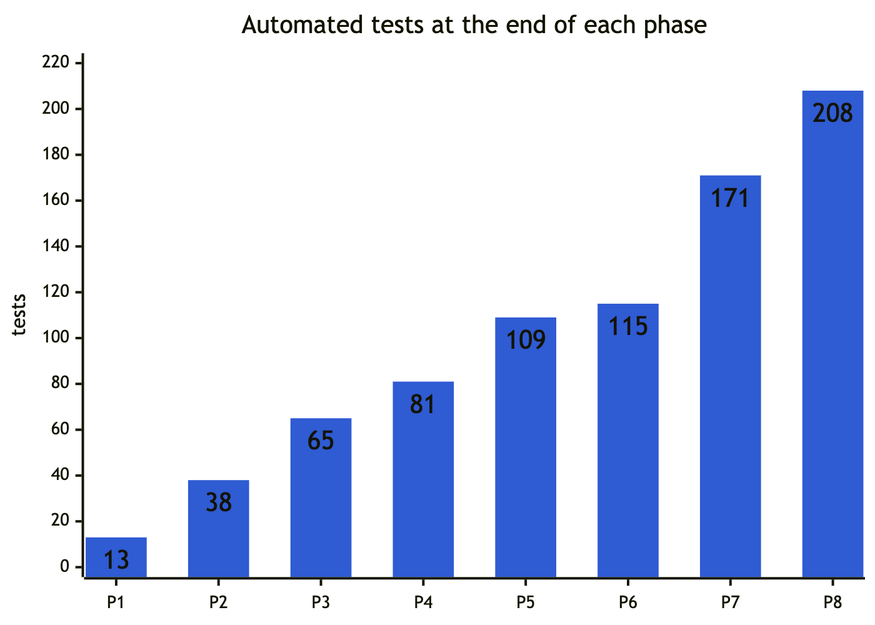
Above: docs/handbook/images/14-chart-tests-by-phase.png in abdulmdev/sentinel-incident-copilot (Mermaid), before the change. Its source is kept beside it as docs/handbook/diagrams/14-chart-tests-by-phase.mmd.
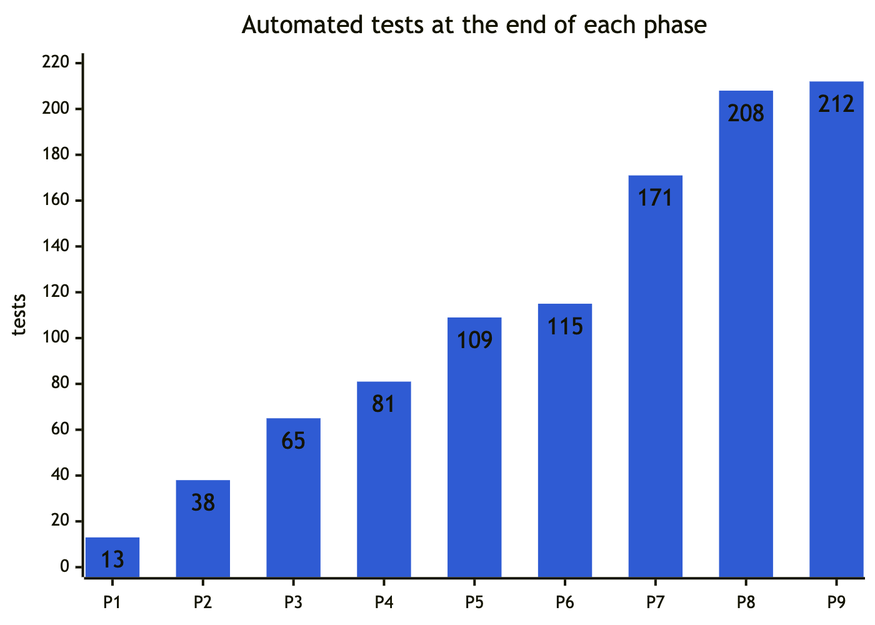
The same diagram one commit later.

What changed in the source:
```diff
@@ -8,6 +8,6 @@
 ---
 xychart-beta
   title "Automated tests at the end of each phase"
-  x-axis ["P1", "P2", "P3", "P4", "P5", "P6", "P7", "P8"]
+  x-axis ["P1", "P2", "P3", "P4", "P5", "P6", "P7", "P8", "P9"]
   y-axis "tests" 0 --> 220
-  bar [13, 38, 65, 81, 109, 115, 171, 208]
+  bar [13, 38, 65, 81, 109, 115, 171, 208, 212]
```
